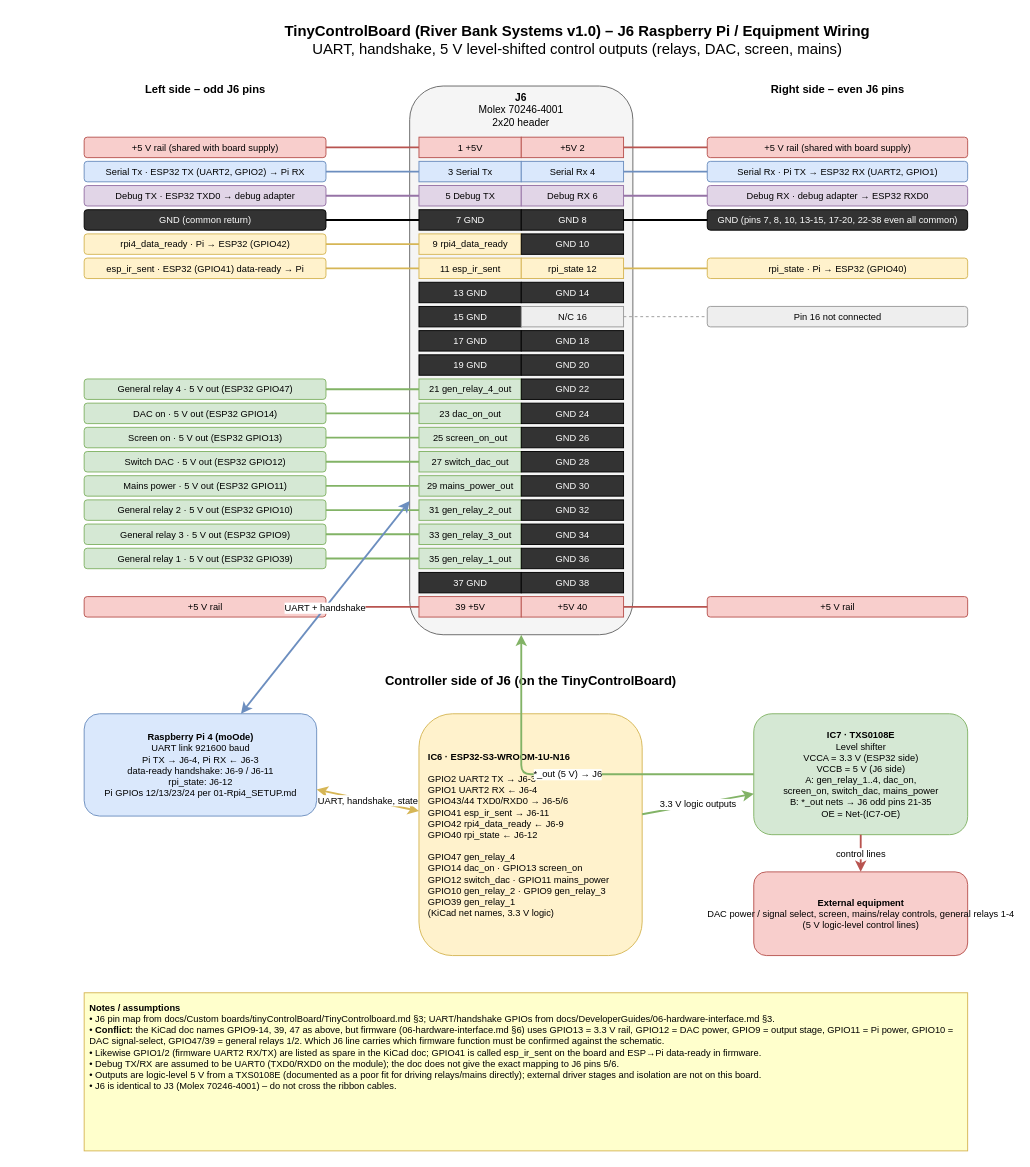
AnthonyLRoy/TinyControlBoard keeps this draw.io diagram as docs/WiringDiagrams/Media/TinyControlBoard-J6-PiEquipment.drawio. Above is the earlier version. Source tidied: cells renumbered, new cells numbered last; positions are measured from the earlier drawing's top-left corner, leaving out a move shared by most shapes. Both pictures are drawn from the tidied source at 93%, with x=0, y=0 at pixel (84, 16).
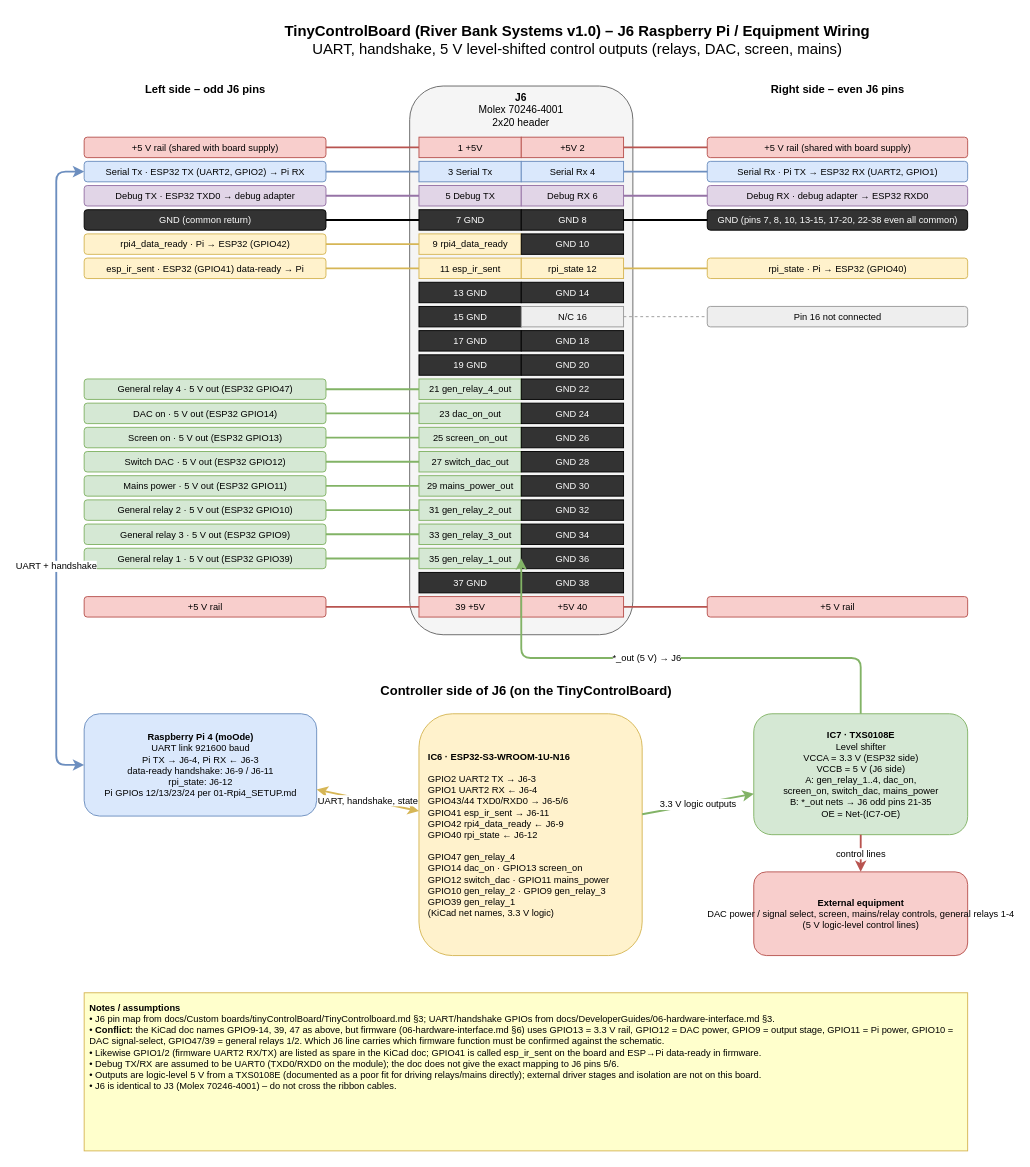
The same diagram, later.

The change refers to these unchanged cells:
```xml
<mxCell id="5" value="&lt;b&gt;J6&lt;/b&gt;&lt;br&gt;Molex 70246-4001&lt;br&gt;2x20 header" style="rounded=1;whiteSpace=wrap;html=1;fillColor=#f5f5f5;strokeColor=#666666;verticalAlign=top;fontSize=11;" parent="1" vertex="1">
  <mxGeometry x="350" y="75" width="240" height="590" as="geometry" />
</mxCell>
<mxCell id="41" value="GND  36" style="rounded=0;html=1;fontSize=10;fillColor=#333333;fontColor=#ffffff;strokeColor=#000000;" parent="1" vertex="1">
  <mxGeometry x="470" y="572" width="110" height="22" as="geometry" />
</mxCell>
<mxCell id="47" value="Serial Tx · ESP32 TX (UART2, GPIO2) → Pi RX" style="rounded=1;html=1;fontSize=10;fillColor=#dae8fc;strokeColor=#6c8ebf;" parent="1" vertex="1">
  <mxGeometry y="156" width="260" height="22" as="geometry" />
</mxCell>
<mxCell id="91" value="&lt;b&gt;Raspberry Pi 4 (moOde)&lt;/b&gt;&lt;br&gt;UART link 921600 baud&lt;br&gt;Pi TX → J6-4, Pi RX ← J6-3&lt;br&gt;data-ready handshake: J6-9 / J6-11&lt;br&gt;rpi_state: J6-12&lt;br&gt;Pi GPIOs 12/13/23/24 per 01-Rpi4_SETUP.md" style="rounded=1;html=1;fontSize=10;fillColor=#dae8fc;strokeColor=#6c8ebf;" parent="1" vertex="1">
  <mxGeometry y="750" width="250" height="110" as="geometry" />
</mxCell>
<mxCell id="93" value="&lt;b&gt;IC7 · TXS0108E&lt;/b&gt;&lt;br&gt;Level shifter&lt;br&gt;VCCA = 3.3 V (ESP32 side)&lt;br&gt;VCCB = 5 V (J6 side)&lt;br&gt;A: gen_relay_1..4, dac_on,&lt;br&gt;screen_on, switch_dac, mains_power&lt;br&gt;B: *_out nets → J6 odd pins 21-35&lt;br&gt;OE = Net-(IC7-OE)" style="rounded=1;html=1;fontSize=10;fillColor=#d5e8d4;strokeColor=#82b366;" parent="1" vertex="1">
  <mxGeometry x="720" y="750" width="230" height="130" as="geometry" />
</mxCell>
```

Change to the diagram source:
```diff
@@
     <mxCell id="90" value="&lt;b&gt;Controller side of J6 (on the TinyControlBoard)&lt;/b&gt;" style="text;html=1;align=center;fontSize=14;" parent="1" vertex="1">
-      <mxGeometry x="280" y="700" width="400" height="24" as="geometry" />
+      <mxGeometry x="275" y="710" width="400" height="24" as="geometry" />
     </mxCell>
@@
-    <mxCell id="95" value="UART + handshake" style="endArrow=classic;startArrow=classic;html=1;fontSize=10;strokeColor=#6c8ebf;strokeWidth=2;" parent="1" edge="1" source="91" target="5">
-      <mxGeometry relative="1" as="geometry" />
+    <mxCell id="95" value="UART + handshake" style="endArrow=classic;startArrow=classic;html=1;fontSize=10;strokeColor=#6c8ebf;strokeWidth=2;exitX=0;exitY=0.5;exitDx=0;exitDy=0;edgeStyle=orthogonalEdgeStyle;entryX=0;entryY=0.5;entryDx=0;entryDy=0;" parent="1" edge="1" source="91" target="47">
+      <mxGeometry x="-0.3" relative="1" as="geometry">
+        <Array as="points">
+          <mxPoint x="-30" y="805" />
+          <mxPoint x="-30" y="167" />
+        </Array>
+      </mxGeometry>
     </mxCell>
@@
-    <mxCell id="98" value="*_out (5 V) → J6" style="endArrow=classic;html=1;fontSize=10;strokeColor=#82b366;strokeWidth=2;edgeStyle=orthogonalEdgeStyle;" parent="1" edge="1" source="93" target="5">
-      <mxGeometry relative="1" as="geometry" />
+    <mxCell id="98" value="*_out (5 V) → J6" style="endArrow=classic;html=1;fontSize=10;strokeColor=#82b366;strokeWidth=2;edgeStyle=orthogonalEdgeStyle;exitX=0.5;exitY=0;exitDx=0;exitDy=0;entryX=0;entryY=0.5;entryDx=0;entryDy=0;" parent="1" edge="1" source="93" target="41">
+      <mxGeometry x="0.09" relative="1" as="geometry">
+        <Array as="points">
+          <mxPoint x="835" y="690" />
+          <mxPoint x="470" y="690" />
+        </Array>
+      </mxGeometry>
     </mxCell>
```
